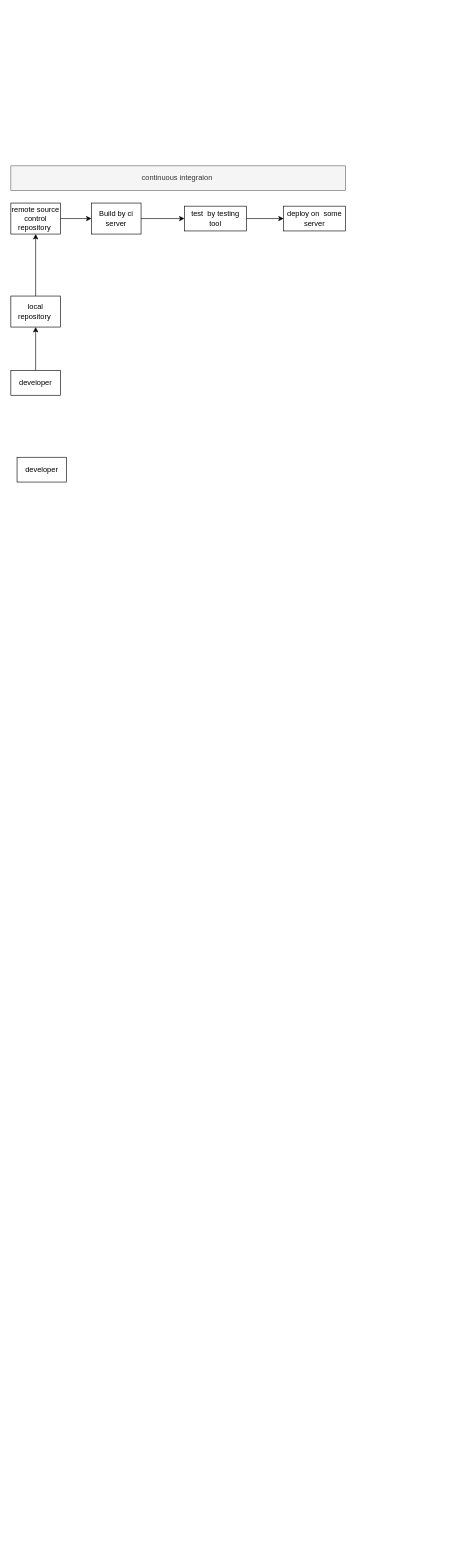
This is Untitled Diagram.drawio from sidhesh91/demo1, a draw.io file, before an edit. Source tidied: cells renumbered, new cells numbered last; positions are measured from the earlier drawing's top-left corner, leaving out a move shared by most shapes. Both pictures are drawn from the tidied source at 62%, with x=0, y=0 at pixel (11, 166).
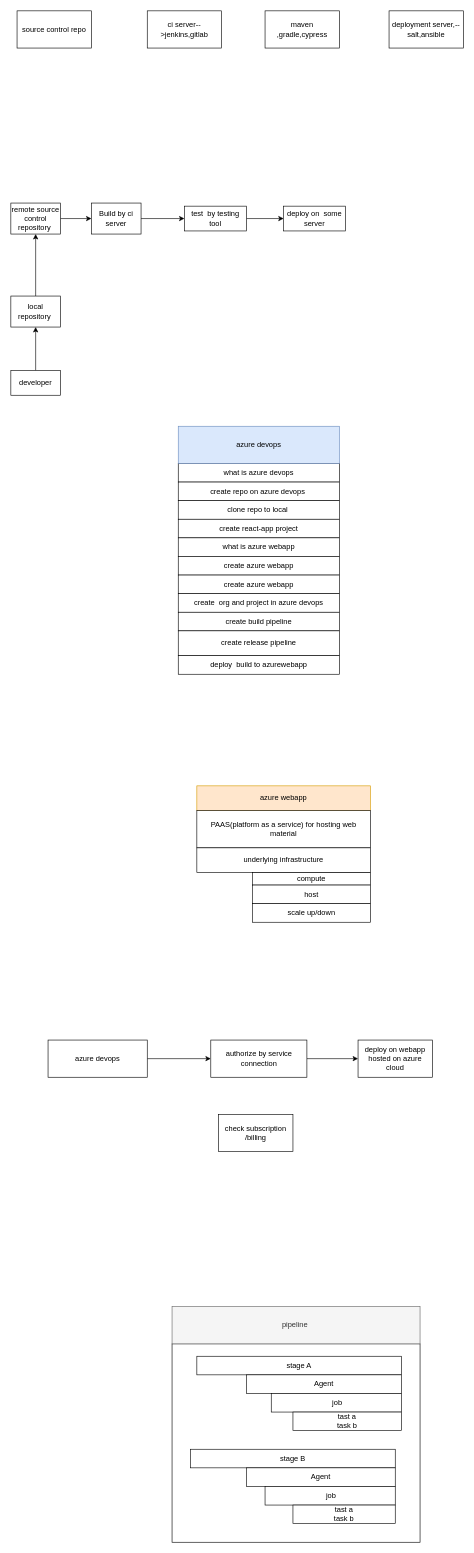
Above is the later version.

Change to the diagram source:
```diff
@@
-    <mxCell id="8" value="continuous integraion&amp;nbsp;" style="rounded=0;whiteSpace=wrap;html=1;fillColor=#f5f5f5;strokeColor=#666666;fontColor=#333333;" parent="1" vertex="1">
-      <mxGeometry width="540" height="40" as="geometry" />
-    </mxCell>
@@
-    <mxCell id="14" value="developer" style="rounded=0;whiteSpace=wrap;html=1;" parent="1" vertex="1">
-      <mxGeometry x="10" y="470" width="80" height="40" as="geometry" />
+    <mxCell id="14" value="what is azure devops" style="rounded=0;whiteSpace=wrap;html=1;" parent="1" vertex="1">
+      <mxGeometry x="270" y="480" width="260" height="30" as="geometry" />
     </mxCell>
+    <mxCell id="15" value="ci server--&amp;gt;jenkins,gitlab" style="rounded=0;whiteSpace=wrap;html=1;" parent="1" vertex="1">
+      <mxGeometry x="220" y="-250" width="120" height="60" as="geometry" />
+    </mxCell>
+    <mxCell id="16" value="source control repo" style="rounded=0;whiteSpace=wrap;html=1;" parent="1" vertex="1">
+      <mxGeometry x="10" y="-250" width="120" height="60" as="geometry" />
+    </mxCell>
+    <mxCell id="17" value="maven ,gradle,cypress" style="rounded=0;whiteSpace=wrap;html=1;" parent="1" vertex="1">
+      <mxGeometry x="410" y="-250" width="120" height="60" as="geometry" />
+    </mxCell>
+    <mxCell id="18" value="deployment server,--salt,ansible" style="rounded=0;whiteSpace=wrap;html=1;" parent="1" vertex="1">
+      <mxGeometry x="610" y="-250" width="120" height="60" as="geometry" />
+    </mxCell>
+    <mxCell id="19" value="create repo on azure devops&amp;nbsp;" style="rounded=0;whiteSpace=wrap;html=1;" parent="1" vertex="1">
+      <mxGeometry x="270" y="510" width="260" height="30" as="geometry" />
+    </mxCell>
+    <mxCell id="20" value="clone repo to local&amp;nbsp;" style="rounded=0;whiteSpace=wrap;html=1;" parent="1" vertex="1">
+      <mxGeometry x="270" y="540" width="260" height="30" as="geometry" />
+    </mxCell>
+    <mxCell id="21" value="create react-app project" style="rounded=0;whiteSpace=wrap;html=1;" parent="1" vertex="1">
+      <mxGeometry x="270" y="570" width="260" height="30" as="geometry" />
+    </mxCell>
+    <mxCell id="22" value="what is azure webapp" style="rounded=0;whiteSpace=wrap;html=1;" parent="1" vertex="1">
+      <mxGeometry x="270" y="600" width="260" height="30" as="geometry" />
+    </mxCell>
+    <mxCell id="23" value="create azure webapp" style="rounded=0;whiteSpace=wrap;html=1;" parent="1" vertex="1">
+      <mxGeometry x="270" y="630" width="260" height="30" as="geometry" />
+    </mxCell>
+    <mxCell id="24" value="create azure webapp" style="rounded=0;whiteSpace=wrap;html=1;" parent="1" vertex="1">
+      <mxGeometry x="270" y="660" width="260" height="30" as="geometry" />
+    </mxCell>
+    <mxCell id="25" value="create&amp;nbsp; org and project in azure devops" style="rounded=0;whiteSpace=wrap;html=1;" parent="1" vertex="1">
+      <mxGeometry x="270" y="690" width="260" height="30" as="geometry" />
+    </mxCell>
+    <mxCell id="26" value="create build pipeline" style="rounded=0;whiteSpace=wrap;html=1;" parent="1" vertex="1">
+      <mxGeometry x="270" y="720" width="260" height="30" as="geometry" />
+    </mxCell>
+    <mxCell id="27" value="create release pipeline" style="rounded=0;whiteSpace=wrap;html=1;" parent="1" vertex="1">
+      <mxGeometry x="270" y="750" width="260" height="40" as="geometry" />
+    </mxCell>
+    <mxCell id="28" value="deploy&amp;nbsp; build to azurewebapp" style="rounded=0;whiteSpace=wrap;html=1;" parent="1" vertex="1">
+      <mxGeometry x="270" y="790" width="260" height="30" as="geometry" />
+    </mxCell>
+    <mxCell id="29" style="rounded=0;whiteSpace=wrap;html=1;" parent="1" vertex="1">
+      <mxGeometry x="260" y="1900" width="400" height="320" as="geometry" />
+    </mxCell>
+    <mxCell id="30" value="stage A" style="rounded=0;whiteSpace=wrap;html=1;" parent="1" vertex="1">
+      <mxGeometry x="300" y="1920" width="330" height="30" as="geometry" />
+    </mxCell>
+    <mxCell id="31" value="Agent" style="rounded=0;whiteSpace=wrap;html=1;" parent="1" vertex="1">
+      <mxGeometry x="380" y="1950" width="250" height="30" as="geometry" />
+    </mxCell>
+    <mxCell id="32" value="stage B" style="rounded=0;whiteSpace=wrap;html=1;" parent="1" vertex="1">
+      <mxGeometry x="290" y="2070" width="330" height="30" as="geometry" />
+    </mxCell>
+    <mxCell id="33" value="&amp;nbsp;job" style="rounded=0;whiteSpace=wrap;html=1;" parent="1" vertex="1">
+      <mxGeometry x="420" y="1980" width="210" height="30" as="geometry" />
+    </mxCell>
+    <mxCell id="34" value="tast a&lt;br&gt;task b" style="rounded=0;whiteSpace=wrap;html=1;" parent="1" vertex="1">
+      <mxGeometry x="455" y="2010" width="175" height="30" as="geometry" />
+    </mxCell>
+    <mxCell id="35" value="Agent" style="rounded=0;whiteSpace=wrap;html=1;" parent="1" vertex="1">
+      <mxGeometry x="380" y="2100" width="240" height="30" as="geometry" />
+    </mxCell>
+    <mxCell id="36" value="&amp;nbsp;job" style="rounded=0;whiteSpace=wrap;html=1;" parent="1" vertex="1">
+      <mxGeometry x="410" y="2130" width="210" height="30" as="geometry" />
+    </mxCell>
+    <mxCell id="37" value="tast a&lt;br&gt;task b" style="rounded=0;whiteSpace=wrap;html=1;" parent="1" vertex="1">
+      <mxGeometry x="455" y="2160" width="165" height="30" as="geometry" />
+    </mxCell>
+    <mxCell id="38" value="pipeline&amp;nbsp;" style="rounded=0;whiteSpace=wrap;html=1;fillColor=#f5f5f5;strokeColor=#666666;fontColor=#333333;" parent="1" vertex="1">
+      <mxGeometry x="260" y="1840" width="400" height="60" as="geometry" />
+    </mxCell>
+    <mxCell id="39" value="azure webapp" style="rounded=0;whiteSpace=wrap;html=1;fillColor=#ffe6cc;strokeColor=#d79b00;" parent="1" vertex="1">
+      <mxGeometry x="300" y="1000" width="280" height="40" as="geometry" />
+    </mxCell>
+    <mxCell id="40" value="PAAS(platform as a service) for hosting web material" style="rounded=0;whiteSpace=wrap;html=1;" parent="1" vertex="1">
+      <mxGeometry x="300" y="1040" width="280" height="60" as="geometry" />
+    </mxCell>
+    <mxCell id="41" value="underlying infrastructure" style="rounded=0;whiteSpace=wrap;html=1;" parent="1" vertex="1">
+      <mxGeometry x="300" y="1100" width="280" height="40" as="geometry" />
+    </mxCell>
+    <mxCell id="42" value="compute" style="rounded=0;whiteSpace=wrap;html=1;" parent="1" vertex="1">
+      <mxGeometry x="390" y="1140" width="190" height="20" as="geometry" />
+    </mxCell>
+    <mxCell id="43" value="host" style="rounded=0;whiteSpace=wrap;html=1;" parent="1" vertex="1">
+      <mxGeometry x="390" y="1160" width="190" height="30" as="geometry" />
+    </mxCell>
+    <mxCell id="44" value="scale up/down" style="rounded=0;whiteSpace=wrap;html=1;" parent="1" vertex="1">
+      <mxGeometry x="390" y="1190" width="190" height="30" as="geometry" />
+    </mxCell>
+    <mxCell id="45" style="edgeStyle=orthogonalEdgeStyle;rounded=0;jettySize=auto;html=1;" parent="1" edge="1" source="46" target="49">
+      <mxGeometry relative="1" as="geometry" />
+    </mxCell>
+    <mxCell id="46" value="azure devops" style="rounded=0;whiteSpace=wrap;html=1;" parent="1" vertex="1">
+      <mxGeometry x="60" y="1410" width="160" height="60" as="geometry" />
+    </mxCell>
+    <mxCell id="47" value="azure devops" style="rounded=0;whiteSpace=wrap;html=1;fillColor=#dae8fc;strokeColor=#6c8ebf;" parent="1" vertex="1">
+      <mxGeometry x="270" y="420" width="260" height="60" as="geometry" />
+    </mxCell>
+    <mxCell id="48" style="edgeStyle=orthogonalEdgeStyle;rounded=0;jettySize=auto;html=1;" parent="1" edge="1" source="49" target="50">
+      <mxGeometry relative="1" as="geometry" />
+    </mxCell>
+    <mxCell id="49" value="authorize by service connection" style="rounded=0;whiteSpace=wrap;html=1;" parent="1" vertex="1">
+      <mxGeometry x="322.5" y="1410" width="155" height="60" as="geometry" />
+    </mxCell>
+    <mxCell id="50" value="deploy on webapp hosted on azure cloud" style="rounded=0;whiteSpace=wrap;html=1;" parent="1" vertex="1">
+      <mxGeometry x="560" y="1410" width="120" height="60" as="geometry" />
+    </mxCell>
+    <mxCell id="51" value="check subscription /billing" style="rounded=0;whiteSpace=wrap;html=1;" parent="1" vertex="1">
+      <mxGeometry x="335" y="1530" width="120" height="60" as="geometry" />
+    </mxCell>
```
